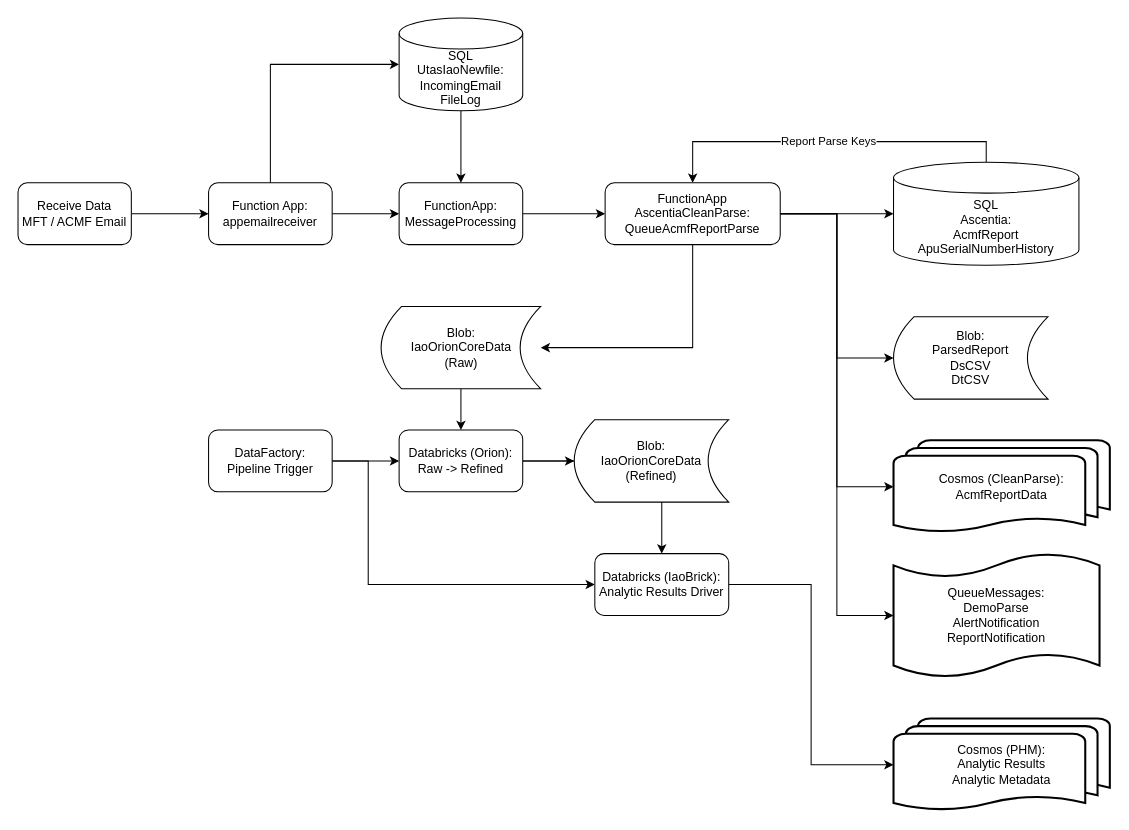
Earlier version of the draw.io diagram AcmfCurrentState.drawio (rowana16/DrawIO). Source tidied: cells renumbered, new cells numbered last; positions are measured from the earlier drawing's top-left corner, leaving out a move shared by most shapes. Both pictures are drawn from the tidied source at 103%, with x=0, y=0 at pixel (18, 18).
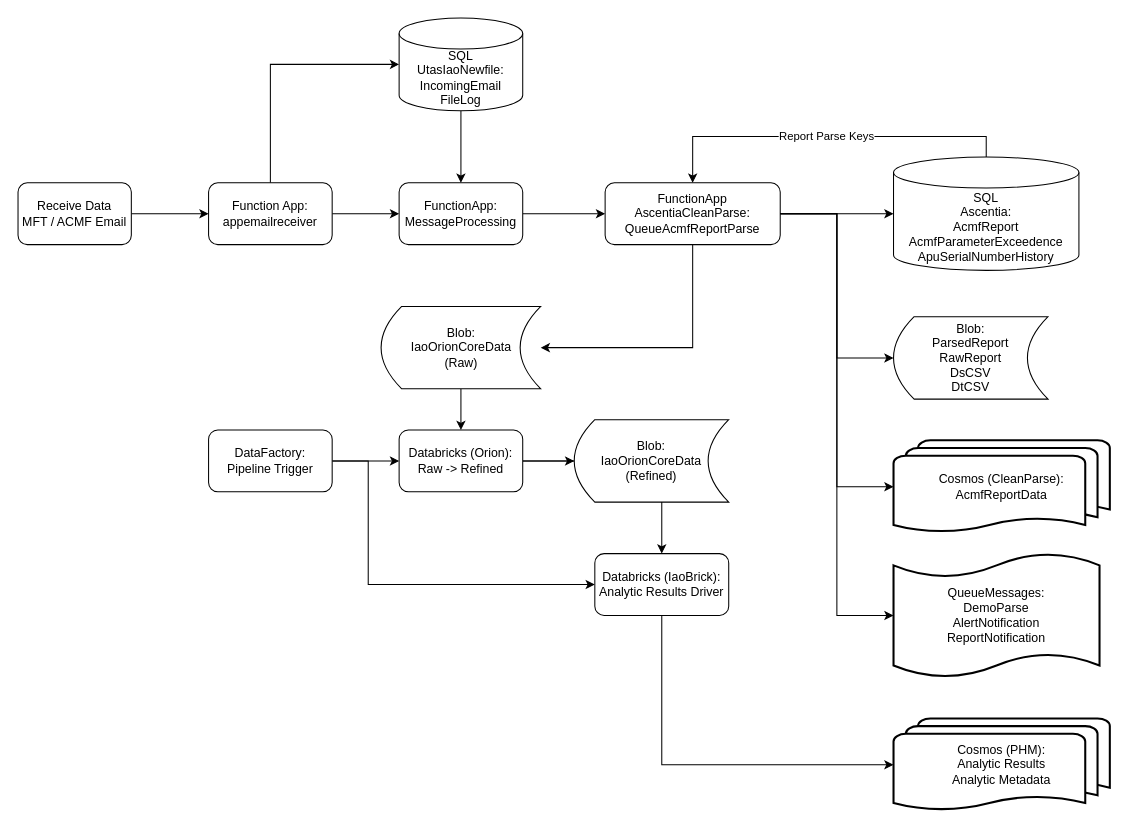
Above is the later version.

The change refers to these unchanged cells:
```xml
<mxCell id="32" value="Databricks (IaoBrick):&lt;br&gt;Analytic Results Driver" style="rounded=1;whiteSpace=wrap;html=1;" parent="1" vertex="1">
  <mxGeometry x="560" y="520" width="130" height="60" as="geometry" />
</mxCell>
<mxCell id="33" value="Cosmos (PHM):&lt;br&gt;Analytic Results&lt;br&gt;Analytic Metadata" style="strokeWidth=2;html=1;shape=mxgraph.flowchart.multi-document;whiteSpace=wrap;align=center;" parent="1" vertex="1">
  <mxGeometry x="850" y="680" width="210" height="90" as="geometry" />
</mxCell>
```

Diff of the diagram source:
```diff
@@
-    <mxCell id="18" value="SQL&lt;br&gt;Ascentia:&lt;br&gt;AcmfReport&lt;br&gt;ApuSerialNumberHistory" style="shape=cylinder3;whiteSpace=wrap;html=1;boundedLbl=1;backgroundOutline=1;size=15;" parent="1" vertex="1">
-      <mxGeometry x="850" y="140" width="180" height="100" as="geometry" />
+    <mxCell id="18" value="SQL&lt;br&gt;Ascentia:&lt;br&gt;AcmfReport&lt;br&gt;AcmfParameterExceedence&lt;br&gt;ApuSerialNumberHistory" style="shape=cylinder3;whiteSpace=wrap;html=1;boundedLbl=1;backgroundOutline=1;size=15;" parent="1" vertex="1">
+      <mxGeometry x="850" y="135" width="180" height="110" as="geometry" />
     </mxCell>
-    <mxCell id="19" value="Blob:&lt;br&gt;ParsedReport&lt;br&gt;DsCSV&lt;br&gt;DtCSV" style="shape=dataStorage;whiteSpace=wrap;html=1;fixedSize=1;" parent="1" vertex="1">
+    <mxCell id="19" value="Blob:&lt;br&gt;ParsedReport&lt;br&gt;RawReport&lt;br&gt;DsCSV&lt;br&gt;DtCSV" style="shape=dataStorage;whiteSpace=wrap;html=1;fixedSize=1;" parent="1" vertex="1">
       <mxGeometry x="850" y="290" width="150" height="80" as="geometry" />
     </mxCell>
@@
-    <mxCell id="31" style="edgeStyle=orthogonalEdgeStyle;rounded=0;jettySize=auto;html=1;entryX=0;entryY=0.5;entryDx=0;entryDy=0;entryPerimeter=0;" parent="1" edge="1" source="32" target="33">
+    <mxCell id="31" style="edgeStyle=orthogonalEdgeStyle;rounded=0;jettySize=auto;html=1;entryX=0;entryY=0.5;entryDx=0;entryDy=0;entryPerimeter=0;exitX=0.5;exitY=1;exitDx=0;exitDy=0;" parent="1" edge="1" source="32" target="33">
       <mxGeometry relative="1" as="geometry" />
     </mxCell>
```
